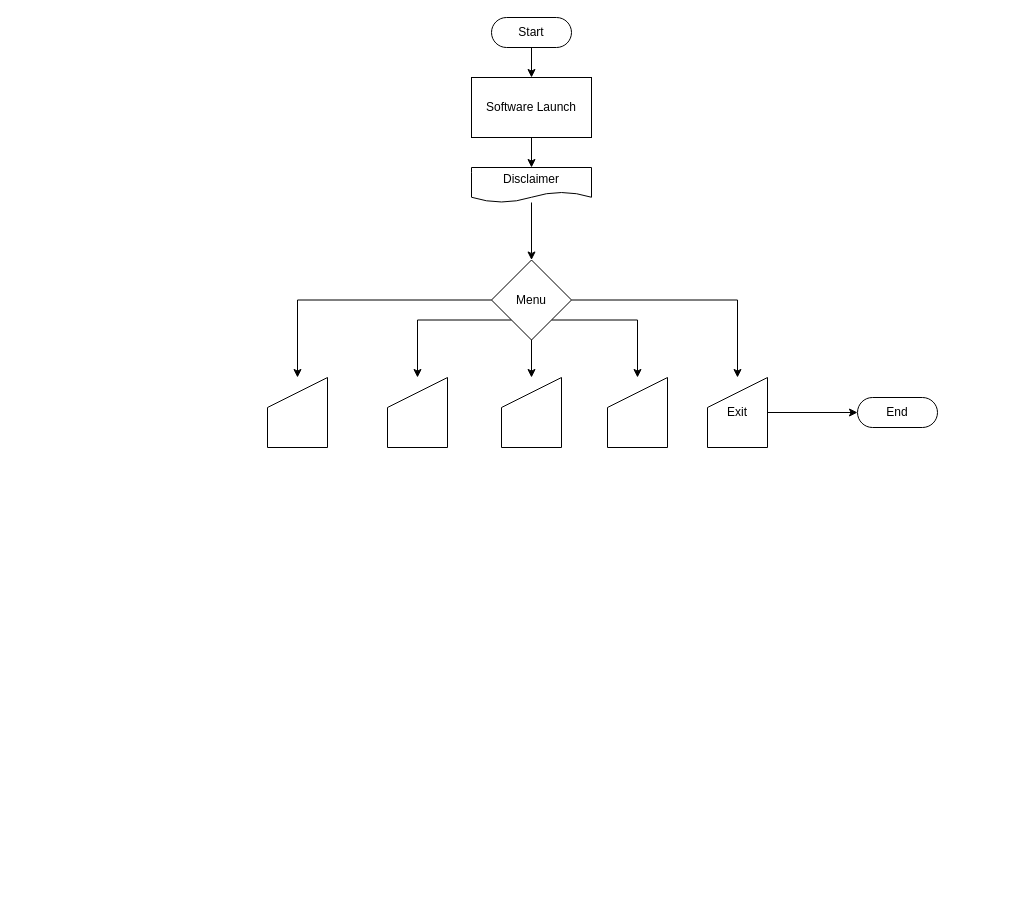
Before: draw.io/PenAutomate.drawio in GigiMad/PenAutomate, a draw.io diagram. Source tidied: cells renumbered, new cells numbered last; positions are measured from the earlier drawing's top-left corner, leaving out a move shared by most shapes. Both pictures are drawn from the tidied source at 100%, with x=0, y=0 at pixel (267, 17).
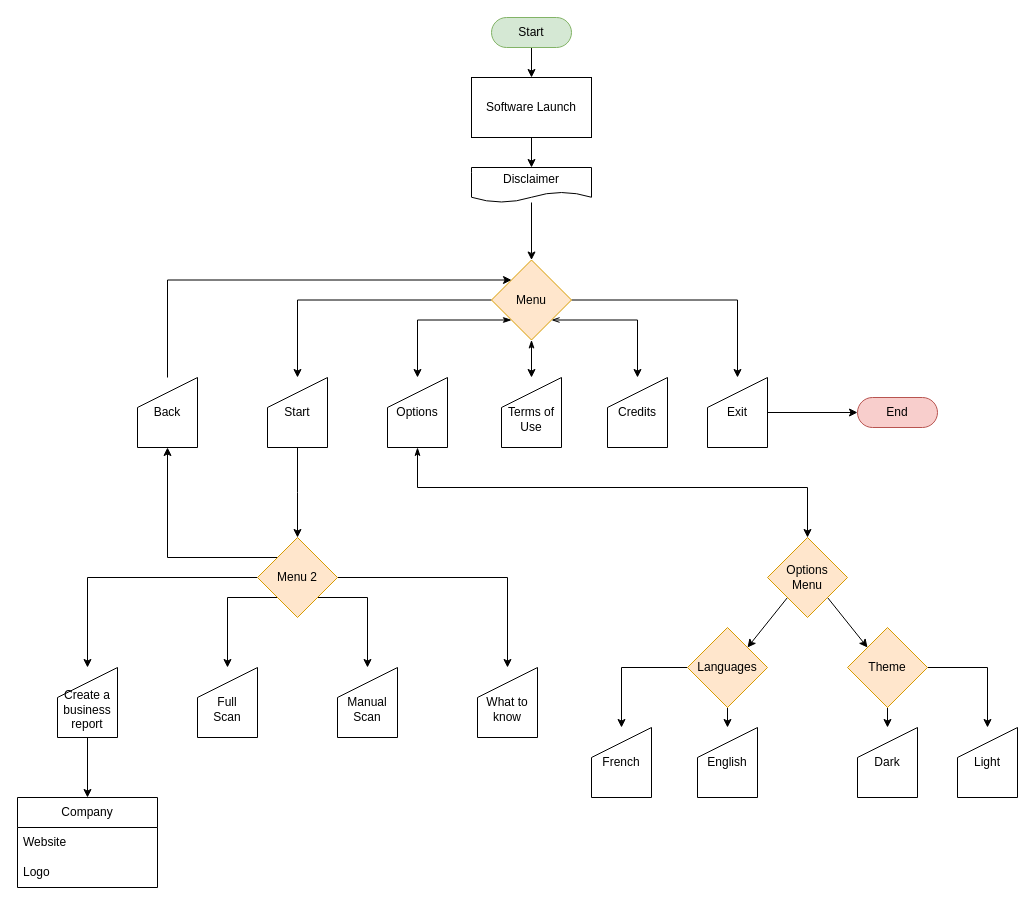
The same page after the edit.

Commit message:
Mettre à jour PenAutomate.drawio

The edit, as a diff of the source:
```diff
@@
-    <mxCell id="3" value="Start" style="html=1;dashed=0;whiteSpace=wrap;shape=mxgraph.dfd.start;" parent="1" vertex="1">
+    <mxCell id="3" value="Start" style="html=1;dashed=0;whiteSpace=wrap;shape=mxgraph.dfd.start;fillColor=#d5e8d4;strokeColor=#82b366;" parent="1" vertex="1">
       <mxGeometry x="224" width="80" height="30" as="geometry" />
     </mxCell>
@@
-    <mxCell id="8" style="edgeStyle=orthogonalEdgeStyle;rounded=0;jettySize=auto;html=1;" parent="1" edge="1" source="13" target="14">
+    <mxCell id="8" style="edgeStyle=orthogonalEdgeStyle;rounded=0;jettySize=auto;html=1;startArrow=classicThin;startFill=1;" parent="1" edge="1" source="13" target="14">
       <mxGeometry relative="1" as="geometry" />
     </mxCell>
-    <mxCell id="9" style="edgeStyle=orthogonalEdgeStyle;rounded=0;jettySize=auto;html=1;exitX=0;exitY=1;exitDx=0;exitDy=0;entryX=0.5;entryY=0;entryDx=0;entryDy=0;" parent="1" edge="1" source="13" target="17">
+    <mxCell id="9" style="edgeStyle=orthogonalEdgeStyle;rounded=0;jettySize=auto;html=1;exitX=0;exitY=1;exitDx=0;exitDy=0;entryX=0.5;entryY=0;entryDx=0;entryDy=0;startArrow=classicThin;startFill=1;" parent="1" edge="1" source="13" target="17">
       <mxGeometry relative="1" as="geometry" />
     </mxCell>
@@
-    <mxCell id="12" style="edgeStyle=orthogonalEdgeStyle;rounded=0;jettySize=auto;html=1;exitX=1;exitY=1;exitDx=0;exitDy=0;" parent="1" edge="1" source="13" target="15">
+    <mxCell id="12" style="edgeStyle=orthogonalEdgeStyle;rounded=0;jettySize=auto;html=1;exitX=1;exitY=1;exitDx=0;exitDy=0;startArrow=openThin;startFill=0;" parent="1" edge="1" source="13" target="15">
       <mxGeometry relative="1" as="geometry" />
     </mxCell>
-    <mxCell id="13" value="Menu" style="rhombus;whiteSpace=wrap;html=1;dashed=0;" parent="1" vertex="1">
+    <mxCell id="13" value="Menu" style="rhombus;whiteSpace=wrap;html=1;dashed=0;fillColor=#ffe6cc;strokeColor=#d79b00;" parent="1" vertex="1">
       <mxGeometry x="224" y="242.5" width="80" height="80" as="geometry" />
     </mxCell>
-    <mxCell id="14" style="shape=manualInput;whiteSpace=wrap;html=1;" parent="1" vertex="1">
+    <mxCell id="14" value="&lt;br&gt;Terms of&lt;br&gt;Use" style="shape=manualInput;whiteSpace=wrap;html=1;" parent="1" vertex="1">
       <mxGeometry x="234" y="360" width="60" height="70" as="geometry" />
     </mxCell>
-    <mxCell id="15" style="shape=manualInput;whiteSpace=wrap;html=1;" parent="1" vertex="1">
+    <mxCell id="15" value="Credits" style="shape=manualInput;whiteSpace=wrap;html=1;" parent="1" vertex="1">
       <mxGeometry x="340" y="360" width="60" height="70" as="geometry" />
     </mxCell>
@@
+    <mxCell id="21" style="edgeStyle=orthogonalEdgeStyle;rounded=0;jettySize=auto;html=1;entryX=0.5;entryY=0;entryDx=0;entryDy=0;startArrow=classicThin;startFill=1;" parent="1" edge="1" source="17" target="38">
+      <mxGeometry relative="1" as="geometry">
+        <Array as="points">
+          <mxPoint x="150" y="470" />
+          <mxPoint x="540" y="470" />
+          <mxPoint x="540" y="520" />
+        </Array>
+      </mxGeometry>
+    </mxCell>
-    <mxCell id="17" style="shape=manualInput;whiteSpace=wrap;html=1;" parent="1" vertex="1">
+    <mxCell id="17" value="Options" style="shape=manualInput;whiteSpace=wrap;html=1;" parent="1" vertex="1">
       <mxGeometry x="120" y="360" width="60" height="70" as="geometry" />
     </mxCell>
+    <mxCell id="22" style="edgeStyle=orthogonalEdgeStyle;rounded=0;jettySize=auto;html=1;" parent="1" edge="1" source="18">
+      <mxGeometry relative="1" as="geometry">
+        <mxPoint x="30" y="520" as="targetPoint" />
+      </mxGeometry>
+    </mxCell>
-    <mxCell id="18" style="shape=manualInput;whiteSpace=wrap;html=1;" parent="1" vertex="1">
+    <mxCell id="18" value="Start" style="shape=manualInput;whiteSpace=wrap;html=1;" parent="1" vertex="1">
       <mxGeometry y="360" width="60" height="70" as="geometry" />
     </mxCell>
-    <mxCell id="19" value="End" style="html=1;dashed=0;whiteSpace=wrap;shape=mxgraph.dfd.start;" parent="1" vertex="1">
+    <mxCell id="19" value="End" style="html=1;dashed=0;whiteSpace=wrap;shape=mxgraph.dfd.start;fillColor=#f8cecc;strokeColor=#b85450;" parent="1" vertex="1">
       <mxGeometry x="590" y="380" width="80" height="30" as="geometry" />
     </mxCell>
@@
+    <mxCell id="23" style="edgeStyle=orthogonalEdgeStyle;rounded=0;jettySize=auto;html=1;exitX=0;exitY=1;exitDx=0;exitDy=0;entryX=0.5;entryY=0;entryDx=0;entryDy=0;" parent="1" edge="1" source="28" target="29">
+      <mxGeometry relative="1" as="geometry">
+        <Array as="points">
+          <mxPoint x="-40" y="580" />
+        </Array>
+      </mxGeometry>
+    </mxCell>
+    <mxCell id="24" style="edgeStyle=orthogonalEdgeStyle;rounded=0;jettySize=auto;html=1;exitX=0;exitY=0.5;exitDx=0;exitDy=0;entryX=0.5;entryY=0;entryDx=0;entryDy=0;" parent="1" edge="1" source="28" target="32">
+      <mxGeometry relative="1" as="geometry" />
+    </mxCell>
+    <mxCell id="25" style="edgeStyle=orthogonalEdgeStyle;rounded=0;jettySize=auto;html=1;exitX=1;exitY=0.5;exitDx=0;exitDy=0;entryX=0.5;entryY=0;entryDx=0;entryDy=0;" parent="1" edge="1" source="28" target="33">
+      <mxGeometry relative="1" as="geometry" />
+    </mxCell>
+    <mxCell id="26" style="edgeStyle=orthogonalEdgeStyle;rounded=0;jettySize=auto;html=1;exitX=1;exitY=1;exitDx=0;exitDy=0;entryX=0.5;entryY=0;entryDx=0;entryDy=0;" parent="1" edge="1" source="28" target="30">
+      <mxGeometry relative="1" as="geometry">
+        <Array as="points">
+          <mxPoint x="100" y="580" />
+        </Array>
+      </mxGeometry>
+    </mxCell>
+    <mxCell id="27" style="edgeStyle=orthogonalEdgeStyle;rounded=0;jettySize=auto;html=1;exitX=0;exitY=0;exitDx=0;exitDy=0;entryX=0.5;entryY=1;entryDx=0;entryDy=0;" parent="1" edge="1" source="28" target="35">
+      <mxGeometry relative="1" as="geometry" />
+    </mxCell>
+    <mxCell id="28" value="Menu 2" style="rhombus;whiteSpace=wrap;html=1;dashed=0;fillColor=#ffe6cc;strokeColor=#d79b00;" parent="1" vertex="1">
+      <mxGeometry x="-10" y="520" width="80" height="80" as="geometry" />
+    </mxCell>
+    <mxCell id="29" value="&lt;br&gt;Full&lt;br&gt;Scan" style="shape=manualInput;whiteSpace=wrap;html=1;" parent="1" vertex="1">
+      <mxGeometry x="-70" y="650" width="60" height="70" as="geometry" />
+    </mxCell>
+    <mxCell id="30" value="&lt;br&gt;Manual&lt;br&gt;Scan" style="shape=manualInput;whiteSpace=wrap;html=1;" parent="1" vertex="1">
+      <mxGeometry x="70" y="650" width="60" height="70" as="geometry" />
+    </mxCell>
+    <mxCell id="31" style="edgeStyle=orthogonalEdgeStyle;rounded=0;jettySize=auto;html=1;exitX=0.5;exitY=1;exitDx=0;exitDy=0;entryX=0.5;entryY=0;entryDx=0;entryDy=0;" parent="1" edge="1" source="32" target="49">
+      <mxGeometry relative="1" as="geometry" />
+    </mxCell>
+    <mxCell id="32" value="&lt;br&gt;Create a business&lt;br&gt;report" style="shape=manualInput;whiteSpace=wrap;html=1;" parent="1" vertex="1">
+      <mxGeometry x="-210" y="650" width="60" height="70" as="geometry" />
+    </mxCell>
+    <mxCell id="33" value="&lt;br&gt;What to know" style="shape=manualInput;whiteSpace=wrap;html=1;" parent="1" vertex="1">
+      <mxGeometry x="210" y="650" width="60" height="70" as="geometry" />
+    </mxCell>
+    <mxCell id="34" style="edgeStyle=orthogonalEdgeStyle;rounded=0;jettySize=auto;html=1;entryX=0;entryY=0;entryDx=0;entryDy=0;exitX=0.5;exitY=0;exitDx=0;exitDy=0;" parent="1" edge="1" source="35" target="13">
+      <mxGeometry relative="1" as="geometry">
+        <Array as="points">
+          <mxPoint x="-100" y="263" />
+        </Array>
+      </mxGeometry>
+    </mxCell>
+    <mxCell id="35" value="Back" style="shape=manualInput;whiteSpace=wrap;html=1;" parent="1" vertex="1">
+      <mxGeometry x="-130" y="360" width="60" height="70" as="geometry" />
+    </mxCell>
+    <mxCell id="36" style="rounded=0;jettySize=auto;html=1;exitX=0;exitY=1;exitDx=0;exitDy=0;entryX=1;entryY=0;entryDx=0;entryDy=0;" parent="1" edge="1" source="38" target="41">
+      <mxGeometry relative="1" as="geometry" />
+    </mxCell>
+    <mxCell id="37" style="rounded=0;jettySize=auto;html=1;exitX=1;exitY=1;exitDx=0;exitDy=0;entryX=0;entryY=0;entryDx=0;entryDy=0;" parent="1" edge="1" source="38" target="44">
+      <mxGeometry relative="1" as="geometry" />
+    </mxCell>
+    <mxCell id="38" value="Options&lt;br&gt;Menu" style="rhombus;whiteSpace=wrap;html=1;dashed=0;fillColor=#ffe6cc;strokeColor=#d79b00;" parent="1" vertex="1">
+      <mxGeometry x="500" y="520" width="80" height="80" as="geometry" />
+    </mxCell>
+    <mxCell id="39" style="edgeStyle=orthogonalEdgeStyle;rounded=0;jettySize=auto;html=1;exitX=0;exitY=0.5;exitDx=0;exitDy=0;entryX=0.5;entryY=0;entryDx=0;entryDy=0;" parent="1" edge="1" source="41" target="46">
+      <mxGeometry relative="1" as="geometry" />
+    </mxCell>
+    <mxCell id="40" style="edgeStyle=orthogonalEdgeStyle;rounded=0;jettySize=auto;html=1;exitX=0.5;exitY=1;exitDx=0;exitDy=0;entryX=0.5;entryY=0;entryDx=0;entryDy=0;" parent="1" edge="1" source="41" target="47">
+      <mxGeometry relative="1" as="geometry" />
+    </mxCell>
+    <mxCell id="41" value="Languages" style="rhombus;whiteSpace=wrap;html=1;dashed=0;fillColor=#ffe6cc;strokeColor=#d79b00;" parent="1" vertex="1">
+      <mxGeometry x="420" y="610" width="80" height="80" as="geometry" />
+    </mxCell>
+    <mxCell id="42" style="edgeStyle=orthogonalEdgeStyle;rounded=0;jettySize=auto;html=1;exitX=0.5;exitY=1;exitDx=0;exitDy=0;entryX=0.5;entryY=0;entryDx=0;entryDy=0;" parent="1" edge="1" source="44" target="48">
+      <mxGeometry relative="1" as="geometry" />
+    </mxCell>
+    <mxCell id="43" style="edgeStyle=orthogonalEdgeStyle;rounded=0;jettySize=auto;html=1;exitX=1;exitY=0.5;exitDx=0;exitDy=0;entryX=0.5;entryY=0;entryDx=0;entryDy=0;" parent="1" edge="1" source="44" target="45">
+      <mxGeometry relative="1" as="geometry" />
+    </mxCell>
+    <mxCell id="44" value="Theme" style="rhombus;whiteSpace=wrap;html=1;dashed=0;fillColor=#ffe6cc;strokeColor=#d79b00;" parent="1" vertex="1">
+      <mxGeometry x="580" y="610" width="80" height="80" as="geometry" />
+    </mxCell>
+    <mxCell id="45" value="Light" style="shape=manualInput;whiteSpace=wrap;html=1;" parent="1" vertex="1">
+      <mxGeometry x="690" y="710" width="60" height="70" as="geometry" />
+    </mxCell>
+    <mxCell id="46" value="French" style="shape=manualInput;whiteSpace=wrap;html=1;" parent="1" vertex="1">
+      <mxGeometry x="324" y="710" width="60" height="70" as="geometry" />
+    </mxCell>
+    <mxCell id="47" value="English" style="shape=manualInput;whiteSpace=wrap;html=1;" parent="1" vertex="1">
+      <mxGeometry x="430" y="710" width="60" height="70" as="geometry" />
+    </mxCell>
+    <mxCell id="48" value="Dark" style="shape=manualInput;whiteSpace=wrap;html=1;" parent="1" vertex="1">
+      <mxGeometry x="590" y="710" width="60" height="70" as="geometry" />
+    </mxCell>
+    <mxCell id="49" value="Company" style="swimlane;fontStyle=0;horizontal=1;startSize=30;whiteSpace=wrap;html=1;" parent="1" vertex="1">
+      <mxGeometry x="-250" y="780" width="140" height="90" as="geometry" />
+    </mxCell>
+    <mxCell id="50" value="Website" style="text;strokeColor=none;fillColor=none;align=left;verticalAlign=middle;spacingLeft=4;spacingRight=4;overflow=hidden;whiteSpace=wrap;html=1;" parent="49" vertex="1">
+      <mxGeometry y="30" width="140" height="30" as="geometry" />
+    </mxCell>
+    <mxCell id="51" value="Logo" style="text;strokeColor=none;fillColor=none;align=left;verticalAlign=middle;spacingLeft=4;spacingRight=4;overflow=hidden;whiteSpace=wrap;html=1;" parent="49" vertex="1">
+      <mxGeometry y="60" width="140" height="30" as="geometry" />
+    </mxCell>
```
